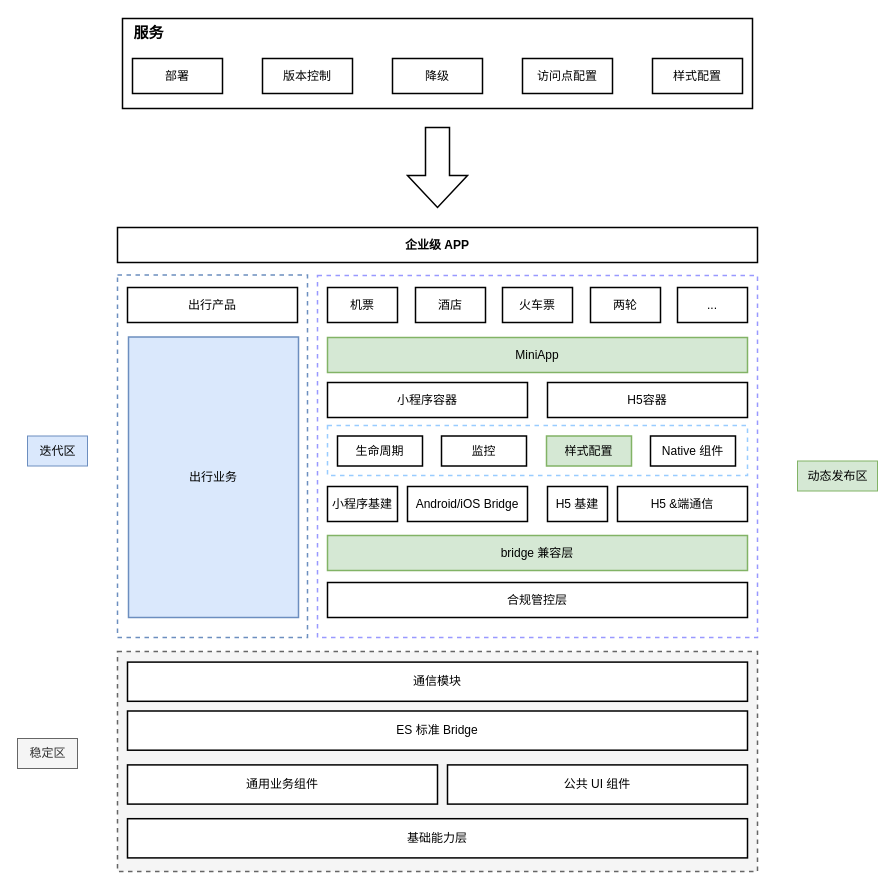
Earlier version of the draw.io diagram page "架构全景图" (2 of 6) of 未命名绘图.drawio (ashen-23/DrawIORepo). Source tidied: cells renumbered, new cells numbered last; positions are measured from the earlier drawing's top-left corner, leaving out a move shared by most shapes. Both pictures are drawn from the tidied source at 100%, with x=0, y=0 at pixel (17, 17).
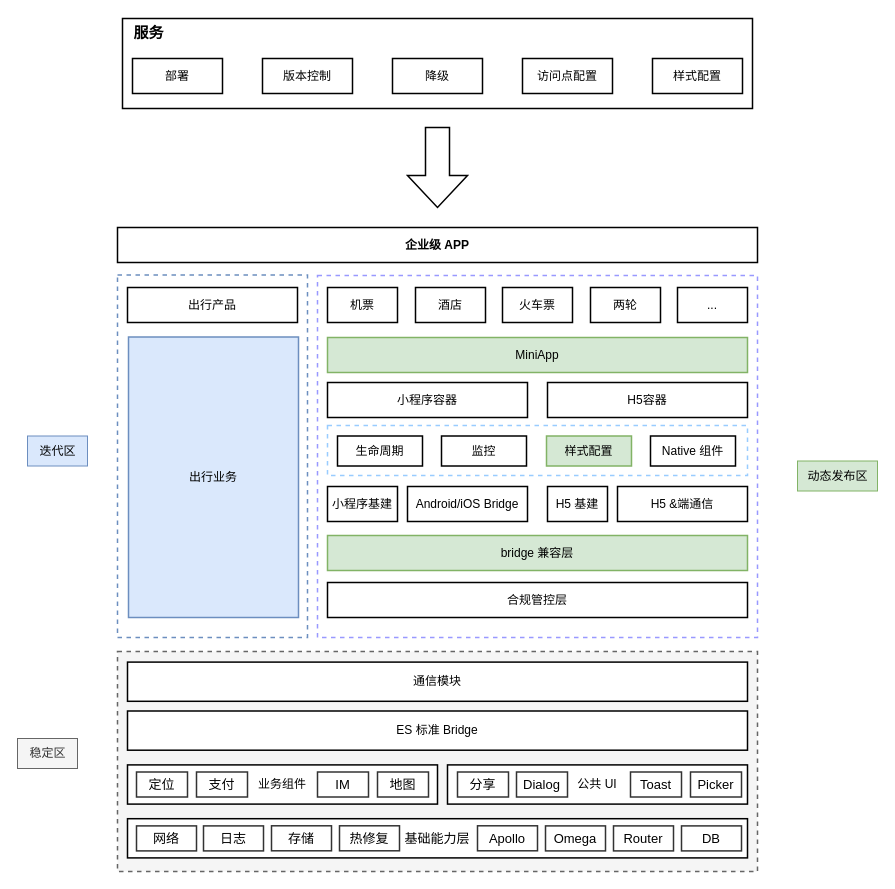
After the change.

Diff of the diagram source:
```diff
@@
-    <mxCell id="29" style="group;" parent="1" vertex="1">
-      <mxGeometry x="100" y="634" width="640" height="220" as="geometry" />
-    </mxCell>
-    <mxCell id="30" style="rounded=0;whiteSpace=wrap;html=1;strokeWidth=1.5;fontColor=#333333;fillColor=#f5f5f5;dashed=1;strokeColor=#666666;" parent="29" vertex="1">
-      <mxGeometry width="640" height="220" as="geometry" />
-    </mxCell>
-    <mxCell id="31" value="基础能力层" style="whiteSpace=wrap;html=1;strokeWidth=1.5;fontColor=#000000;fillColor=#FFFFFF;" parent="29" vertex="1">
-      <mxGeometry x="10" y="167.2" width="620" height="39.2" as="geometry" />
-    </mxCell>
-    <mxCell id="32" value="通用业务组件" style="whiteSpace=wrap;html=1;strokeWidth=1.5;fontColor=#000000;fillColor=#FFFFFF;" parent="29" vertex="1">
-      <mxGeometry x="10" y="113.4" width="310" height="39.2" as="geometry" />
-    </mxCell>
-    <mxCell id="33" value="公共 UI 组件" style="whiteSpace=wrap;html=1;strokeWidth=1.5;fontColor=#000000;fillColor=#FFFFFF;" parent="29" vertex="1">
-      <mxGeometry x="330" y="113.4" width="300" height="39.2" as="geometry" />
-    </mxCell>
-    <mxCell id="34" value="ES 标准 Bridge" style="whiteSpace=wrap;html=1;strokeWidth=1.5;fontColor=#000000;fillColor=#FFFFFF;" parent="29" vertex="1">
-      <mxGeometry x="10" y="59.5" width="620" height="39.2" as="geometry" />
-    </mxCell>
-    <mxCell id="35" value="通信模块" style="whiteSpace=wrap;html=1;strokeWidth=1.5;fontColor=#000000;fillColor=#FFFFFF;" parent="29" vertex="1">
-      <mxGeometry x="10" y="10.6" width="620" height="39.2" as="geometry" />
-    </mxCell>
@@
+    <mxCell id="29" style="group;" parent="1" vertex="1">
+      <mxGeometry x="100" y="634" width="640" height="220" as="geometry" />
+    </mxCell>
+    <mxCell id="30" style="rounded=0;whiteSpace=wrap;html=1;strokeWidth=1.5;fontColor=#333333;fillColor=#f5f5f5;dashed=1;strokeColor=#666666;" parent="29" vertex="1">
+      <mxGeometry width="640" height="220" as="geometry" />
+    </mxCell>
+    <mxCell id="31" value="基础能力层" style="whiteSpace=wrap;html=1;strokeWidth=1.5;fontColor=#000000;fillColor=#FFFFFF;fontSize=13;" parent="29" vertex="1">
+      <mxGeometry x="10" y="167.2" width="620" height="39.2" as="geometry" />
+    </mxCell>
+    <mxCell id="32" value="业务组件" style="whiteSpace=wrap;html=1;strokeWidth=1.5;fontColor=#000000;fillColor=#FFFFFF;" parent="29" vertex="1">
+      <mxGeometry x="10" y="113.4" width="310" height="39.2" as="geometry" />
+    </mxCell>
+    <mxCell id="33" value="公共 UI" style="whiteSpace=wrap;html=1;strokeWidth=1.5;fontColor=#000000;fillColor=#FFFFFF;" parent="29" vertex="1">
+      <mxGeometry x="330" y="113.4" width="300" height="39.2" as="geometry" />
+    </mxCell>
+    <mxCell id="34" value="ES 标准 Bridge" style="whiteSpace=wrap;html=1;strokeWidth=1.5;fontColor=#000000;fillColor=#FFFFFF;" parent="29" vertex="1">
+      <mxGeometry x="10" y="59.5" width="620" height="39.2" as="geometry" />
+    </mxCell>
+    <mxCell id="35" value="通信模块" style="whiteSpace=wrap;html=1;strokeWidth=1.5;fontColor=#000000;fillColor=#FFFFFF;" parent="29" vertex="1">
+      <mxGeometry x="10" y="10.6" width="620" height="39.2" as="geometry" />
+    </mxCell>
+    <mxCell id="45" value="网络" style="whiteSpace=wrap;html=1;rounded=0;shadow=0;glass=0;strokeWidth=1.5;fontSize=13;strokeColor=#333333;" parent="29" vertex="1">
+      <mxGeometry x="19" y="174.4" width="60" height="25" as="geometry" />
+    </mxCell>
+    <mxCell id="46" value="日志" style="whiteSpace=wrap;html=1;rounded=0;shadow=0;glass=0;strokeWidth=1.5;fontSize=13;strokeColor=#333333;" parent="29" vertex="1">
+      <mxGeometry x="86" y="174.4" width="60" height="25" as="geometry" />
+    </mxCell>
+    <mxCell id="47" value="存储" style="whiteSpace=wrap;html=1;rounded=0;shadow=0;glass=0;strokeWidth=1.5;fontSize=13;strokeColor=#333333;" parent="29" vertex="1">
+      <mxGeometry x="154" y="174.3" width="60" height="25" as="geometry" />
+    </mxCell>
+    <mxCell id="48" value="热修复" style="whiteSpace=wrap;html=1;rounded=0;shadow=0;glass=0;strokeWidth=1.5;fontSize=13;strokeColor=#333333;" parent="29" vertex="1">
+      <mxGeometry x="222" y="174.3" width="60" height="25" as="geometry" />
+    </mxCell>
+    <mxCell id="49" value="Apollo" style="whiteSpace=wrap;html=1;rounded=0;shadow=0;glass=0;strokeWidth=1.5;fontSize=13;strokeColor=#333333;" parent="29" vertex="1">
+      <mxGeometry x="360" y="174.3" width="60" height="25" as="geometry" />
+    </mxCell>
+    <mxCell id="50" value="Omega" style="whiteSpace=wrap;html=1;rounded=0;shadow=0;glass=0;strokeWidth=1.5;fontSize=13;strokeColor=#333333;" parent="29" vertex="1">
+      <mxGeometry x="428" y="174.4" width="60" height="25" as="geometry" />
+    </mxCell>
+    <mxCell id="51" value="Router" style="whiteSpace=wrap;html=1;rounded=0;shadow=0;glass=0;strokeWidth=1.5;fontSize=13;strokeColor=#333333;" parent="29" vertex="1">
+      <mxGeometry x="496" y="174.4" width="60" height="25" as="geometry" />
+    </mxCell>
+    <mxCell id="52" value="DB" style="whiteSpace=wrap;html=1;rounded=0;shadow=0;glass=0;strokeWidth=1.5;fontSize=13;strokeColor=#333333;" parent="29" vertex="1">
+      <mxGeometry x="564" y="174.4" width="60" height="25" as="geometry" />
+    </mxCell>
+    <mxCell id="53" value="定位" style="whiteSpace=wrap;html=1;rounded=0;shadow=0;glass=0;strokeWidth=1.5;fontSize=13;strokeColor=#333333;" parent="29" vertex="1">
+      <mxGeometry x="19" y="120.5" width="51" height="25" as="geometry" />
+    </mxCell>
+    <mxCell id="54" value="支付" style="whiteSpace=wrap;html=1;rounded=0;shadow=0;glass=0;strokeWidth=1.5;fontSize=13;strokeColor=#333333;" parent="29" vertex="1">
+      <mxGeometry x="79" y="120.5" width="51" height="25" as="geometry" />
+    </mxCell>
+    <mxCell id="55" value="IM" style="whiteSpace=wrap;html=1;rounded=0;shadow=0;glass=0;strokeWidth=1.5;fontSize=13;strokeColor=#333333;" parent="29" vertex="1">
+      <mxGeometry x="200" y="120.5" width="51" height="25" as="geometry" />
+    </mxCell>
+    <mxCell id="56" value="地图" style="whiteSpace=wrap;html=1;rounded=0;shadow=0;glass=0;strokeWidth=1.5;fontSize=13;strokeColor=#333333;" parent="29" vertex="1">
+      <mxGeometry x="260" y="120.5" width="51" height="25" as="geometry" />
+    </mxCell>
+    <mxCell id="57" value="分享" style="whiteSpace=wrap;html=1;rounded=0;shadow=0;glass=0;strokeWidth=1.5;fontSize=13;strokeColor=#333333;" parent="29" vertex="1">
+      <mxGeometry x="340" y="120.5" width="51" height="25" as="geometry" />
+    </mxCell>
+    <mxCell id="58" value="Dialog" style="whiteSpace=wrap;html=1;rounded=0;shadow=0;glass=0;strokeWidth=1.5;fontSize=13;strokeColor=#333333;" parent="29" vertex="1">
+      <mxGeometry x="399" y="120.5" width="51" height="25" as="geometry" />
+    </mxCell>
+    <mxCell id="59" value="Toast" style="whiteSpace=wrap;html=1;rounded=0;shadow=0;glass=0;strokeWidth=1.5;fontSize=13;strokeColor=#333333;" parent="29" vertex="1">
+      <mxGeometry x="513" y="120.5" width="51" height="25" as="geometry" />
+    </mxCell>
+    <mxCell id="60" value="Picker" style="whiteSpace=wrap;html=1;rounded=0;shadow=0;glass=0;strokeWidth=1.5;fontSize=13;strokeColor=#333333;" parent="29" vertex="1">
+      <mxGeometry x="573" y="120.5" width="51" height="25" as="geometry" />
+    </mxCell>
```
